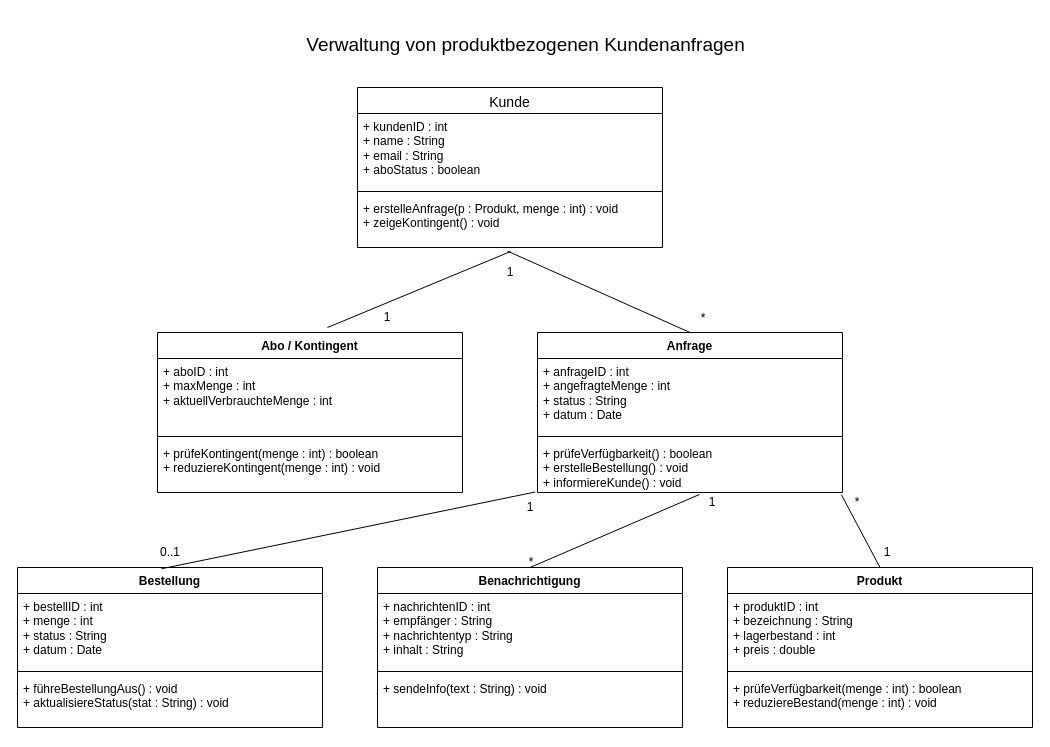
Above: UML_Klassendiagramm.drawio in frit2x/PaF_WS25_Fritz (draw.io), before the change. Source tidied: cells renumbered, new cells numbered last; positions are measured from the earlier drawing's top-left corner, leaving out a move shared by most shapes. Both pictures are drawn from the tidied source at 100%, with x=0, y=0 at pixel (17, 17).
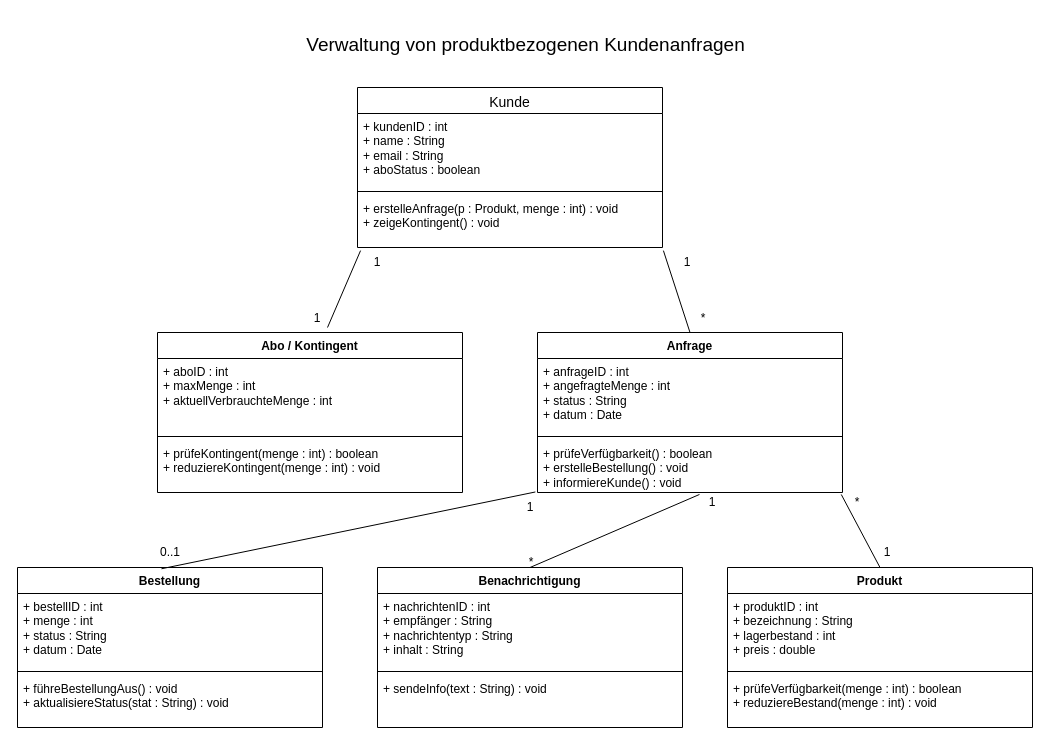
Above is the later version.

Unchanged cells that the change refers to:
```xml
<mxCell id="5" value="&lt;div&gt;+ erstelleAnfrage(p : Produkt, menge : int) : void&lt;/div&gt;&lt;div&gt;+ zeigeKontingent() : void&lt;/div&gt;&lt;div&gt;&lt;br&gt;&lt;/div&gt;" style="text;strokeColor=none;fillColor=none;align=left;verticalAlign=top;spacingLeft=4;spacingRight=4;overflow=hidden;points=[[0,0.5],[1,0.5]];portConstraint=eastwest;whiteSpace=wrap;html=1;" parent="2" vertex="1">
  <mxGeometry y="108" width="305" height="52" as="geometry" />
</mxCell>
<mxCell id="14" value="Anfrage" style="swimlane;align=center;verticalAlign=top;horizontal=1;startSize=26;whiteSpace=wrap;html=1;" parent="1" vertex="1">
  <mxGeometry x="520" y="315" width="305" height="160" as="geometry" />
</mxCell>
```

What changed in the source:
```diff
@@
-    <mxCell id="23" style="endArrow=none;html=1;rounded=0;exitX=0.502;exitY=1.077;exitDx=0;exitDy=0;exitPerimeter=0;" parent="1" edge="1" source="5">
+    <mxCell id="23" style="endArrow=none;html=1;rounded=0;exitX=0.01;exitY=1.06;exitDx=0;exitDy=0;exitPerimeter=0;" parent="1" edge="1" source="5">
       <mxGeometry relative="1" as="geometry">
         <mxPoint x="310" y="310" as="targetPoint" />
       </mxGeometry>
     </mxCell>
@@
-    <mxCell id="26" style="endArrow=none;html=1;rounded=0;entryX=0.5;entryY=0;entryDx=0;entryDy=0;exitX=0.492;exitY=1.07;exitDx=0;exitDy=0;exitPerimeter=0;" parent="1" edge="1" source="5" target="14">
+    <mxCell id="26" style="endArrow=none;html=1;rounded=0;entryX=0.5;entryY=0;entryDx=0;entryDy=0;exitX=1.003;exitY=1.06;exitDx=0;exitDy=0;exitPerimeter=0;" parent="1" edge="1" source="5" target="14">
       <mxGeometry relative="1" as="geometry" />
     </mxCell>
@@
     <mxCell id="37" value="1" style="text;html=1;whiteSpace=wrap;strokeColor=none;fillColor=none;align=center;verticalAlign=middle;rounded=0;" parent="1" vertex="1">
-      <mxGeometry x="462.5" y="240" width="60" height="30" as="geometry" />
+      <mxGeometry x="330" y="230" width="60" height="30" as="geometry" />
     </mxCell>
     <mxCell id="38" value="1" style="text;html=1;whiteSpace=wrap;strokeColor=none;fillColor=none;align=center;verticalAlign=middle;rounded=0;" parent="1" vertex="1">
-      <mxGeometry x="340" y="285" width="60" height="30" as="geometry" />
+      <mxGeometry x="270" y="286" width="60" height="30" as="geometry" />
     </mxCell>
@@
+    <mxCell id="43" value="1" style="text;html=1;whiteSpace=wrap;strokeColor=none;fillColor=none;align=center;verticalAlign=middle;rounded=0;" parent="1" vertex="1">
+      <mxGeometry x="640" y="230" width="60" height="30" as="geometry" />
+    </mxCell>
```
